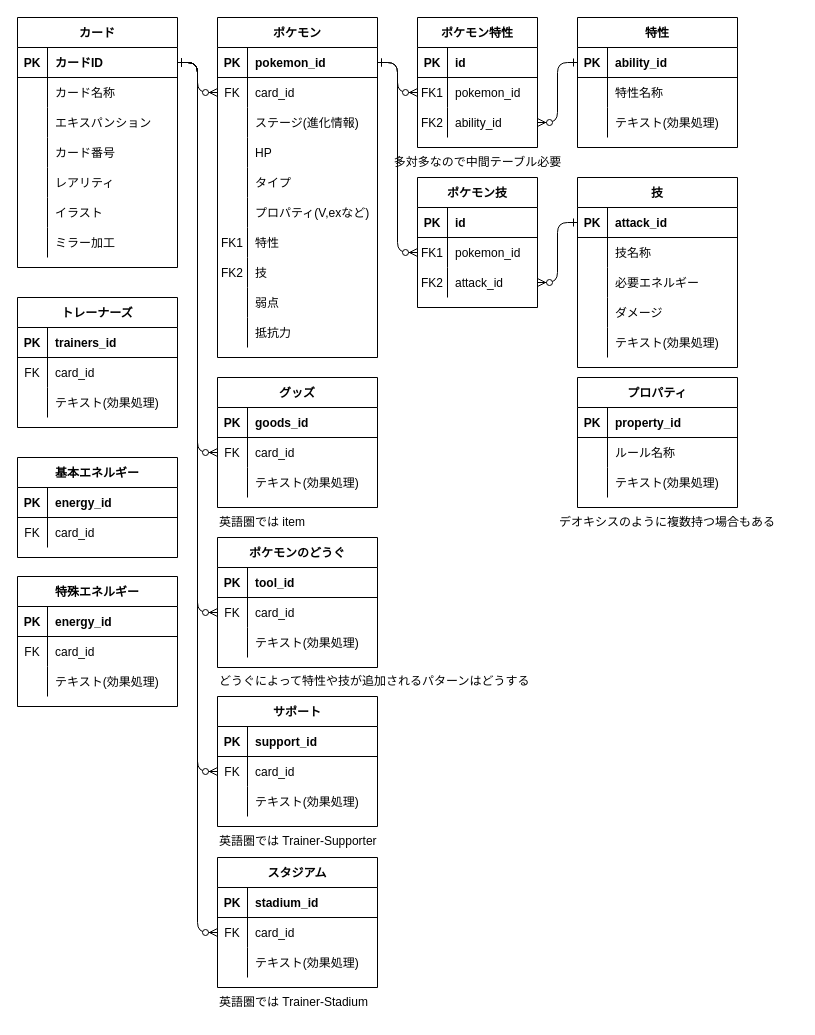
tinatamago/ptcg keeps this draw.io diagram as page "ER図仮決定" (3 of 5) of データベース草案.drawio. Above is the earlier version. Source tidied: cells renumbered, new cells numbered last; positions are measured from the earlier drawing's top-left corner, leaving out a move shared by most shapes. Both pictures are drawn from the tidied source at 100%, with x=0, y=0 at pixel (17, 17).
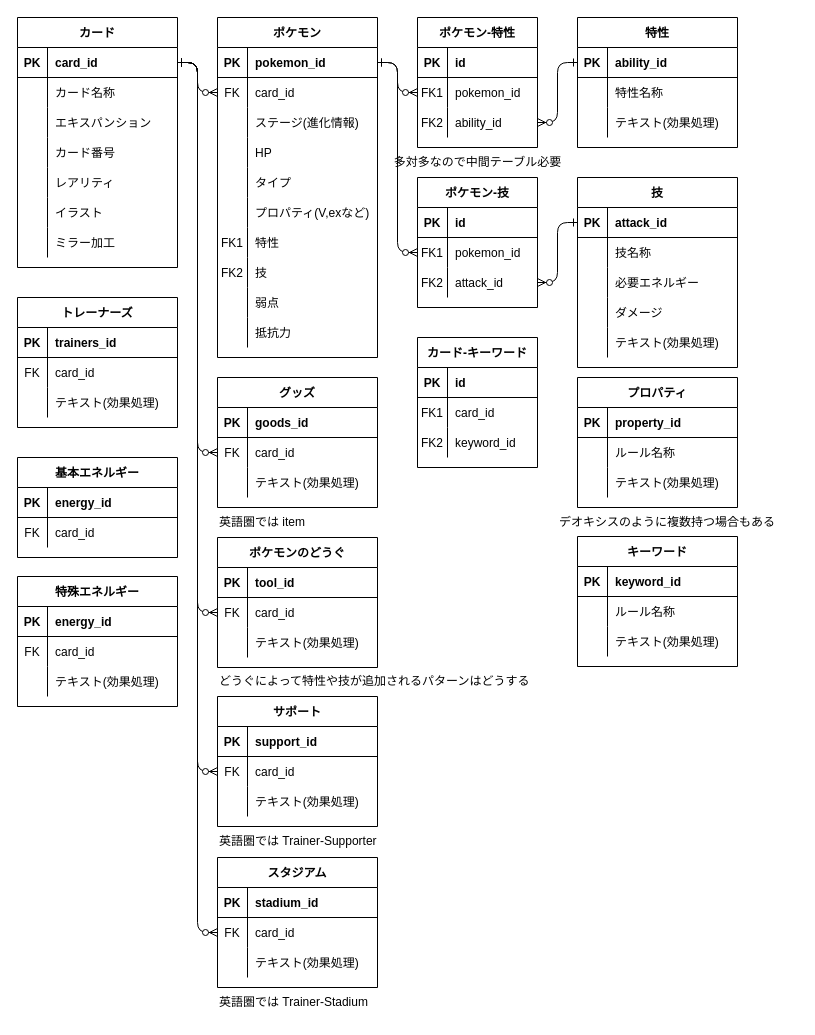
The same diagram, later.

The change refers to these unchanged cells:
```xml
<mxCell id="30" style="shape=partialRectangle;fillColor=none;points=[[0,0.5],[1,0.5]];portConstraint=eastwest;top=0;left=0;right=0;bottom=1;" parent="29" vertex="1">
  <mxGeometry y="30" width="160" height="30" as="geometry" />
</mxCell>
```

The edit, as a diff of the source:
```diff
@@
-    <mxCell id="32" value="カードID" style="shape=partialRectangle;overflow=hidden;fillColor=none;top=0;left=0;bottom=0;right=0;align=left;spacingLeft=6;fontStyle=1;" parent="30" vertex="1">
+    <mxCell id="32" value="card_id" style="shape=partialRectangle;overflow=hidden;fillColor=none;top=0;left=0;bottom=0;right=0;align=left;spacingLeft=6;fontStyle=1;" parent="30" vertex="1">
       <mxGeometry x="30" width="130" height="30" as="geometry" />
     </mxCell>
@@
-    <mxCell id="93" value="ポケモン特性" style="shape=table;startSize=30;childLayout=tableLayout;rowLines=0;fontStyle=1;align=center;" parent="1" vertex="1">
+    <mxCell id="93" value="ポケモン-特性" style="shape=table;startSize=30;childLayout=tableLayout;rowLines=0;fontStyle=1;align=center;" parent="1" vertex="1">
       <mxGeometry x="400" width="120" height="130" as="geometry" />
     </mxCell>
@@
-    <mxCell id="104" value="ポケモン技" style="shape=table;startSize=30;childLayout=tableLayout;rowLines=0;fontStyle=1;align=center;" parent="1" vertex="1">
+    <mxCell id="104" value="ポケモン-技" style="shape=table;startSize=30;childLayout=tableLayout;rowLines=0;fontStyle=1;align=center;" parent="1" vertex="1">
       <mxGeometry x="400" y="160" width="120" height="130" as="geometry" />
     </mxCell>
@@
+    <mxCell id="193" value="キーワード" style="shape=table;startSize=30;childLayout=tableLayout;rowLines=0;fontStyle=1;align=center;" parent="1" vertex="1">
+      <mxGeometry x="560" y="519" width="160" height="130" as="geometry" />
+    </mxCell>
+    <mxCell id="194" style="shape=partialRectangle;fillColor=none;top=0;left=0;right=0;bottom=1;" parent="193" vertex="1">
+      <mxGeometry y="30" width="160" height="30" as="geometry" />
+    </mxCell>
+    <mxCell id="195" value="PK" style="shape=partialRectangle;overflow=hidden;fillColor=none;top=0;left=0;bottom=0;right=0;fontStyle=1;" parent="194" vertex="1">
+      <mxGeometry width="30" height="30" as="geometry" />
+    </mxCell>
+    <mxCell id="196" value="keyword_id" style="shape=partialRectangle;overflow=hidden;fillColor=none;top=0;left=0;bottom=0;right=0;align=left;spacingLeft=6;fontStyle=1;" parent="194" vertex="1">
+      <mxGeometry x="30" width="130" height="30" as="geometry" />
+    </mxCell>
+    <mxCell id="197" style="shape=partialRectangle;fillColor=none;top=0;left=0;right=0;bottom=0;" parent="193" vertex="1">
+      <mxGeometry y="60" width="160" height="30" as="geometry" />
+    </mxCell>
+    <mxCell id="198" style="shape=partialRectangle;overflow=hidden;fillColor=none;top=0;left=0;bottom=0;right=0;" parent="197" vertex="1">
+      <mxGeometry width="30" height="30" as="geometry" />
+    </mxCell>
+    <mxCell id="199" value="ルール名称" style="shape=partialRectangle;overflow=hidden;fillColor=none;top=0;left=0;bottom=0;right=0;align=left;spacingLeft=6;" parent="197" vertex="1">
+      <mxGeometry x="30" width="130" height="30" as="geometry" />
+    </mxCell>
+    <mxCell id="200" style="shape=partialRectangle;fillColor=none;top=0;left=0;right=0;bottom=0;" parent="193" vertex="1">
+      <mxGeometry y="90" width="160" height="30" as="geometry" />
+    </mxCell>
+    <mxCell id="201" style="shape=partialRectangle;overflow=hidden;fillColor=none;top=0;left=0;bottom=0;right=0;" parent="200" vertex="1">
+      <mxGeometry width="30" height="30" as="geometry" />
+    </mxCell>
+    <mxCell id="202" value="テキスト(効果処理)" style="shape=partialRectangle;overflow=hidden;fillColor=none;top=0;left=0;bottom=0;right=0;align=left;spacingLeft=6;" parent="200" vertex="1">
+      <mxGeometry x="30" width="130" height="30" as="geometry" />
+    </mxCell>
+    <mxCell id="203" value="カード-キーワード" style="shape=table;startSize=30;childLayout=tableLayout;rowLines=0;fontStyle=1;align=center;" parent="1" vertex="1">
+      <mxGeometry x="400" y="320" width="120" height="130" as="geometry" />
+    </mxCell>
+    <mxCell id="204" style="shape=partialRectangle;fillColor=none;top=0;left=0;right=0;bottom=1;" parent="203" vertex="1">
+      <mxGeometry y="30" width="120" height="30" as="geometry" />
+    </mxCell>
+    <mxCell id="205" value="PK" style="shape=partialRectangle;overflow=hidden;fillColor=none;top=0;left=0;bottom=0;right=0;fontStyle=1;" parent="204" vertex="1">
+      <mxGeometry width="30" height="30" as="geometry" />
+    </mxCell>
+    <mxCell id="206" value="id" style="shape=partialRectangle;overflow=hidden;fillColor=none;top=0;left=0;bottom=0;right=0;align=left;spacingLeft=6;fontStyle=1;" parent="204" vertex="1">
+      <mxGeometry x="30" width="90" height="30" as="geometry" />
+    </mxCell>
+    <mxCell id="207" style="shape=partialRectangle;fillColor=none;top=0;left=0;right=0;bottom=0;" parent="203" vertex="1">
+      <mxGeometry y="60" width="120" height="30" as="geometry" />
+    </mxCell>
+    <mxCell id="208" value="FK1" style="shape=partialRectangle;overflow=hidden;fillColor=none;top=0;left=0;bottom=0;right=0;" parent="207" vertex="1">
+      <mxGeometry width="30" height="30" as="geometry" />
+    </mxCell>
+    <mxCell id="209" value="card_id" style="shape=partialRectangle;overflow=hidden;fillColor=none;top=0;left=0;bottom=0;right=0;align=left;spacingLeft=6;" parent="207" vertex="1">
+      <mxGeometry x="30" width="90" height="30" as="geometry" />
+    </mxCell>
+    <mxCell id="210" style="shape=partialRectangle;fillColor=none;top=0;left=0;right=0;bottom=0;" parent="203" vertex="1">
+      <mxGeometry y="90" width="120" height="30" as="geometry" />
+    </mxCell>
+    <mxCell id="211" value="FK2" style="shape=partialRectangle;overflow=hidden;fillColor=none;top=0;left=0;bottom=0;right=0;" parent="210" vertex="1">
+      <mxGeometry width="30" height="30" as="geometry" />
+    </mxCell>
+    <mxCell id="212" value="keyword_id" style="shape=partialRectangle;overflow=hidden;fillColor=none;top=0;left=0;bottom=0;right=0;align=left;spacingLeft=6;" parent="210" vertex="1">
+      <mxGeometry x="30" width="90" height="30" as="geometry" />
+    </mxCell>
```
